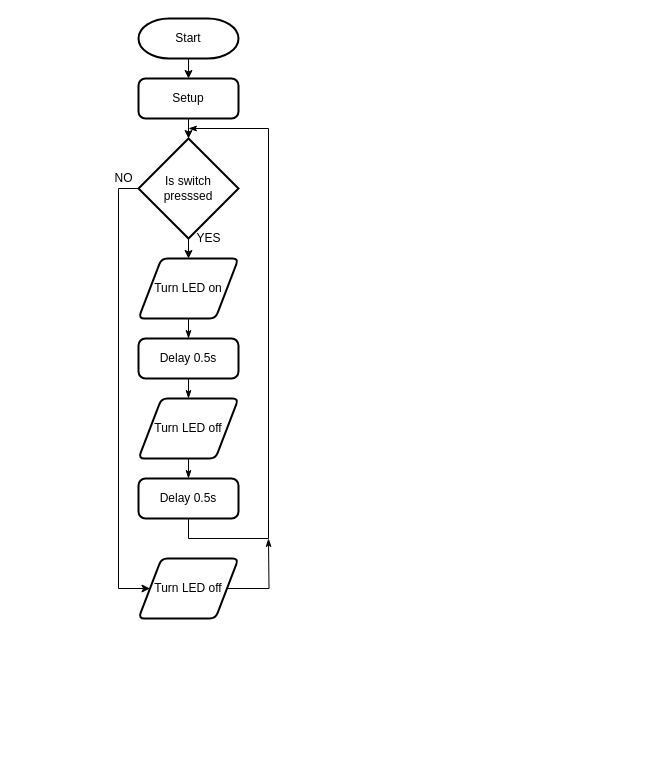
Above: micro.drawio in MiloRC0037857/FlowCharts (draw.io), before the change. Source tidied: cells renumbered, new cells numbered last; positions are measured from the earlier drawing's top-left corner, leaving out a move shared by most shapes. Both pictures are drawn from the tidied source at 100%, with x=0, y=0 at pixel (108, 18).
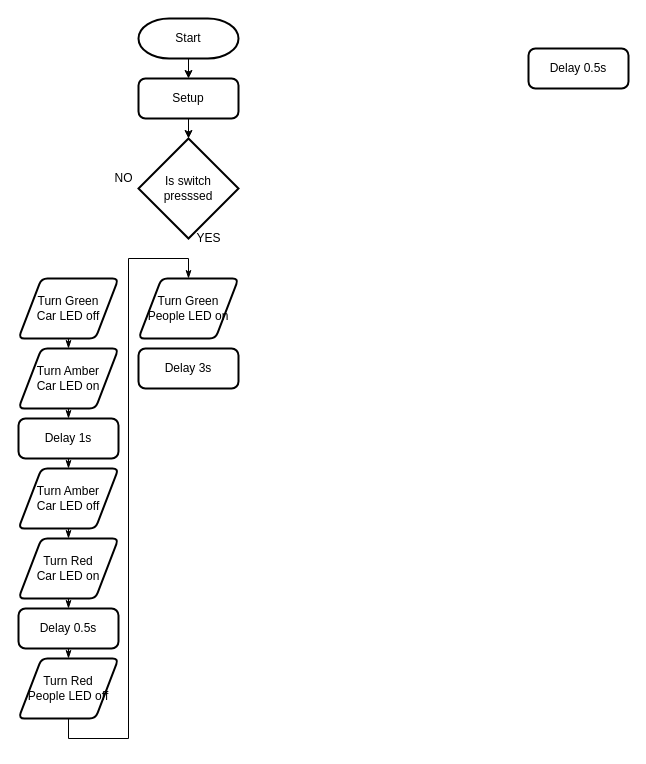
Above is the later version.

Unchanged cells that the change refers to:
```xml
<mxCell id="8" value="Is switch presssed" style="strokeWidth=2;html=1;shape=mxgraph.flowchart.decision;whiteSpace=wrap;" parent="1" vertex="1">
  <mxGeometry x="30" y="120" width="100" height="100" as="geometry" />
</mxCell>
```

The edit, as a diff of the source:
```diff
@@
-    <mxCell id="6" style="edgeStyle=orthogonalEdgeStyle;rounded=0;jettySize=auto;html=1;exitX=0.5;exitY=1;exitDx=0;exitDy=0;exitPerimeter=0;entryX=0.5;entryY=0;entryDx=0;entryDy=0;" parent="1" edge="1" source="8" target="10">
-      <mxGeometry relative="1" as="geometry" />
-    </mxCell>
-    <mxCell id="7" style="edgeStyle=orthogonalEdgeStyle;rounded=0;jettySize=auto;html=1;exitX=0;exitY=0.5;exitDx=0;exitDy=0;exitPerimeter=0;entryX=0;entryY=0.5;entryDx=0;entryDy=0;endArrow=classic;endFill=1;" parent="1" edge="1" source="8" target="12">
-      <mxGeometry relative="1" as="geometry">
-        <Array as="points">
-          <mxPoint x="10" y="170" />
-          <mxPoint x="10" y="570" />
-        </Array>
-      </mxGeometry>
-    </mxCell>
@@
-    <mxCell id="9" style="edgeStyle=orthogonalEdgeStyle;rounded=0;jettySize=auto;html=1;exitX=0.5;exitY=1;exitDx=0;exitDy=0;entryX=0.5;entryY=0;entryDx=0;entryDy=0;endArrow=classicThin;endFill=1;" parent="1" edge="1" source="10" target="16">
-      <mxGeometry relative="1" as="geometry" />
-    </mxCell>
+    <mxCell id="21" style="edgeStyle=orthogonalEdgeStyle;rounded=0;jettySize=auto;html=1;exitX=0.5;exitY=1;exitDx=0;exitDy=0;entryX=0.5;entryY=0;entryDx=0;entryDy=0;endArrow=classicThin;endFill=1;" parent="1" edge="1" source="10" target="23">
+      <mxGeometry relative="1" as="geometry" />
+    </mxCell>
-    <mxCell id="10" value="Turn LED on" style="shape=parallelogram;html=1;strokeWidth=2;perimeter=parallelogramPerimeter;whiteSpace=wrap;rounded=1;arcSize=12;size=0.23;" parent="1" vertex="1">
-      <mxGeometry x="30" y="240" width="100" height="60" as="geometry" />
+    <mxCell id="10" value="Turn Green&lt;br&gt;Car LED off" style="shape=parallelogram;html=1;strokeWidth=2;perimeter=parallelogramPerimeter;whiteSpace=wrap;rounded=1;arcSize=12;size=0.23;" parent="1" vertex="1">
+      <mxGeometry x="-90" y="260" width="100" height="60" as="geometry" />
     </mxCell>
-    <mxCell id="11" style="edgeStyle=orthogonalEdgeStyle;rounded=0;jettySize=auto;html=1;exitX=1;exitY=0.5;exitDx=0;exitDy=0;endArrow=classicThin;endFill=1;" parent="1" edge="1" source="12">
-      <mxGeometry relative="1" as="geometry">
-        <mxPoint x="160" y="520" as="targetPoint" />
-      </mxGeometry>
-    </mxCell>
-    <mxCell id="12" value="Turn LED off" style="shape=parallelogram;html=1;strokeWidth=2;perimeter=parallelogramPerimeter;whiteSpace=wrap;rounded=1;arcSize=12;size=0.23;" parent="1" vertex="1">
-      <mxGeometry x="30" y="540" width="100" height="60" as="geometry" />
-    </mxCell>
@@
-    <mxCell id="15" style="edgeStyle=orthogonalEdgeStyle;rounded=0;jettySize=auto;html=1;exitX=0.5;exitY=1;exitDx=0;exitDy=0;entryX=0.5;entryY=0;entryDx=0;entryDy=0;endArrow=classicThin;endFill=1;" parent="1" edge="1" source="16" target="18">
-      <mxGeometry relative="1" as="geometry" />
-    </mxCell>
     <mxCell id="16" value="Delay 0.5s" style="rounded=1;whiteSpace=wrap;html=1;absoluteArcSize=1;arcSize=14;strokeWidth=2;" parent="1" vertex="1">
-      <mxGeometry x="30" y="320" width="100" height="40" as="geometry" />
+      <mxGeometry x="420" y="30" width="100" height="40" as="geometry" />
     </mxCell>
-    <mxCell id="17" style="edgeStyle=orthogonalEdgeStyle;rounded=0;jettySize=auto;html=1;exitX=0.5;exitY=1;exitDx=0;exitDy=0;entryX=0.5;entryY=0;entryDx=0;entryDy=0;endArrow=classicThin;endFill=1;" parent="1" edge="1" source="18" target="20">
-      <mxGeometry relative="1" as="geometry" />
-    </mxCell>
-    <mxCell id="18" value="Turn LED off" style="shape=parallelogram;html=1;strokeWidth=2;perimeter=parallelogramPerimeter;whiteSpace=wrap;rounded=1;arcSize=12;size=0.23;" parent="1" vertex="1">
-      <mxGeometry x="30" y="380" width="100" height="60" as="geometry" />
-    </mxCell>
-    <mxCell id="19" style="edgeStyle=orthogonalEdgeStyle;rounded=0;jettySize=auto;html=1;exitX=0.5;exitY=1;exitDx=0;exitDy=0;endArrow=classicThin;endFill=1;" parent="1" edge="1" source="20">
-      <mxGeometry relative="1" as="geometry">
-        <mxPoint x="80" y="110" as="targetPoint" />
-        <Array as="points">
-          <mxPoint x="80" y="520" />
-          <mxPoint x="160" y="520" />
-          <mxPoint x="160" y="110" />
-        </Array>
-      </mxGeometry>
-    </mxCell>
+    <mxCell id="22" style="edgeStyle=orthogonalEdgeStyle;rounded=0;jettySize=auto;html=1;exitX=0.5;exitY=1;exitDx=0;exitDy=0;entryX=0.5;entryY=0;entryDx=0;entryDy=0;endArrow=classicThin;endFill=1;" parent="1" edge="1" source="23" target="25">
+      <mxGeometry relative="1" as="geometry" />
+    </mxCell>
+    <mxCell id="23" value="Turn Amber&lt;br&gt;Car LED on" style="shape=parallelogram;html=1;strokeWidth=2;perimeter=parallelogramPerimeter;whiteSpace=wrap;rounded=1;arcSize=12;size=0.23;" parent="1" vertex="1">
+      <mxGeometry x="-90" y="330" width="100" height="60" as="geometry" />
+    </mxCell>
+    <mxCell id="24" style="edgeStyle=orthogonalEdgeStyle;rounded=0;jettySize=auto;html=1;exitX=0.5;exitY=1;exitDx=0;exitDy=0;entryX=0.5;entryY=0;entryDx=0;entryDy=0;endArrow=classicThin;endFill=1;" parent="1" edge="1" source="25" target="27">
+      <mxGeometry relative="1" as="geometry" />
+    </mxCell>
+    <mxCell id="25" value="Delay 1s" style="rounded=1;whiteSpace=wrap;html=1;absoluteArcSize=1;arcSize=14;strokeWidth=2;" parent="1" vertex="1">
+      <mxGeometry x="-90" y="400" width="100" height="40" as="geometry" />
+    </mxCell>
+    <mxCell id="26" style="edgeStyle=orthogonalEdgeStyle;rounded=0;jettySize=auto;html=1;exitX=0.5;exitY=1;exitDx=0;exitDy=0;entryX=0.5;entryY=0;entryDx=0;entryDy=0;endArrow=classicThin;endFill=1;" parent="1" edge="1" source="27" target="29">
+      <mxGeometry relative="1" as="geometry" />
+    </mxCell>
+    <mxCell id="27" value="Turn Amber&lt;br&gt;Car LED off" style="shape=parallelogram;html=1;strokeWidth=2;perimeter=parallelogramPerimeter;whiteSpace=wrap;rounded=1;arcSize=12;size=0.23;" parent="1" vertex="1">
+      <mxGeometry x="-90" y="450" width="100" height="60" as="geometry" />
+    </mxCell>
+    <mxCell id="28" style="edgeStyle=orthogonalEdgeStyle;rounded=0;jettySize=auto;html=1;exitX=0.5;exitY=1;exitDx=0;exitDy=0;entryX=0.5;entryY=0;entryDx=0;entryDy=0;endArrow=classicThin;endFill=1;" parent="1" edge="1" source="29" target="20">
+      <mxGeometry relative="1" as="geometry" />
+    </mxCell>
+    <mxCell id="29" value="Turn Red&lt;br&gt;Car LED on" style="shape=parallelogram;html=1;strokeWidth=2;perimeter=parallelogramPerimeter;whiteSpace=wrap;rounded=1;arcSize=12;size=0.23;" parent="1" vertex="1">
+      <mxGeometry x="-90" y="520" width="100" height="60" as="geometry" />
+    </mxCell>
+    <mxCell id="30" style="edgeStyle=orthogonalEdgeStyle;rounded=0;jettySize=auto;html=1;exitX=0.5;exitY=1;exitDx=0;exitDy=0;entryX=0.5;entryY=0;entryDx=0;entryDy=0;endArrow=classicThin;endFill=1;" parent="1" edge="1" source="20" target="32">
+      <mxGeometry relative="1" as="geometry" />
+    </mxCell>
     <mxCell id="20" value="Delay 0.5s" style="rounded=1;whiteSpace=wrap;html=1;absoluteArcSize=1;arcSize=14;strokeWidth=2;" parent="1" vertex="1">
-      <mxGeometry x="30" y="460" width="100" height="40" as="geometry" />
+      <mxGeometry x="-90" y="590" width="100" height="40" as="geometry" />
     </mxCell>
+    <mxCell id="31" style="edgeStyle=orthogonalEdgeStyle;rounded=0;jettySize=auto;html=1;exitX=0.5;exitY=1;exitDx=0;exitDy=0;entryX=0.5;entryY=0;entryDx=0;entryDy=0;endArrow=classicThin;endFill=1;" parent="1" edge="1" source="32" target="33">
+      <mxGeometry relative="1" as="geometry">
+        <Array as="points">
+          <mxPoint x="-40" y="720" />
+          <mxPoint x="20" y="720" />
+          <mxPoint x="20" y="240" />
+          <mxPoint x="80" y="240" />
+        </Array>
+      </mxGeometry>
+    </mxCell>
+    <mxCell id="32" value="Turn Red&lt;br&gt;People LED off" style="shape=parallelogram;html=1;strokeWidth=2;perimeter=parallelogramPerimeter;whiteSpace=wrap;rounded=1;arcSize=12;size=0.23;" parent="1" vertex="1">
+      <mxGeometry x="-90" y="640" width="100" height="60" as="geometry" />
+    </mxCell>
+    <mxCell id="33" value="Turn Green&lt;br&gt;People LED on" style="shape=parallelogram;html=1;strokeWidth=2;perimeter=parallelogramPerimeter;whiteSpace=wrap;rounded=1;arcSize=12;size=0.23;" parent="1" vertex="1">
+      <mxGeometry x="30" y="260" width="100" height="60" as="geometry" />
+    </mxCell>
+    <mxCell id="34" value="Delay 3s" style="rounded=1;whiteSpace=wrap;html=1;absoluteArcSize=1;arcSize=14;strokeWidth=2;" parent="1" vertex="1">
+      <mxGeometry x="30" y="330" width="100" height="40" as="geometry" />
+    </mxCell>
```
